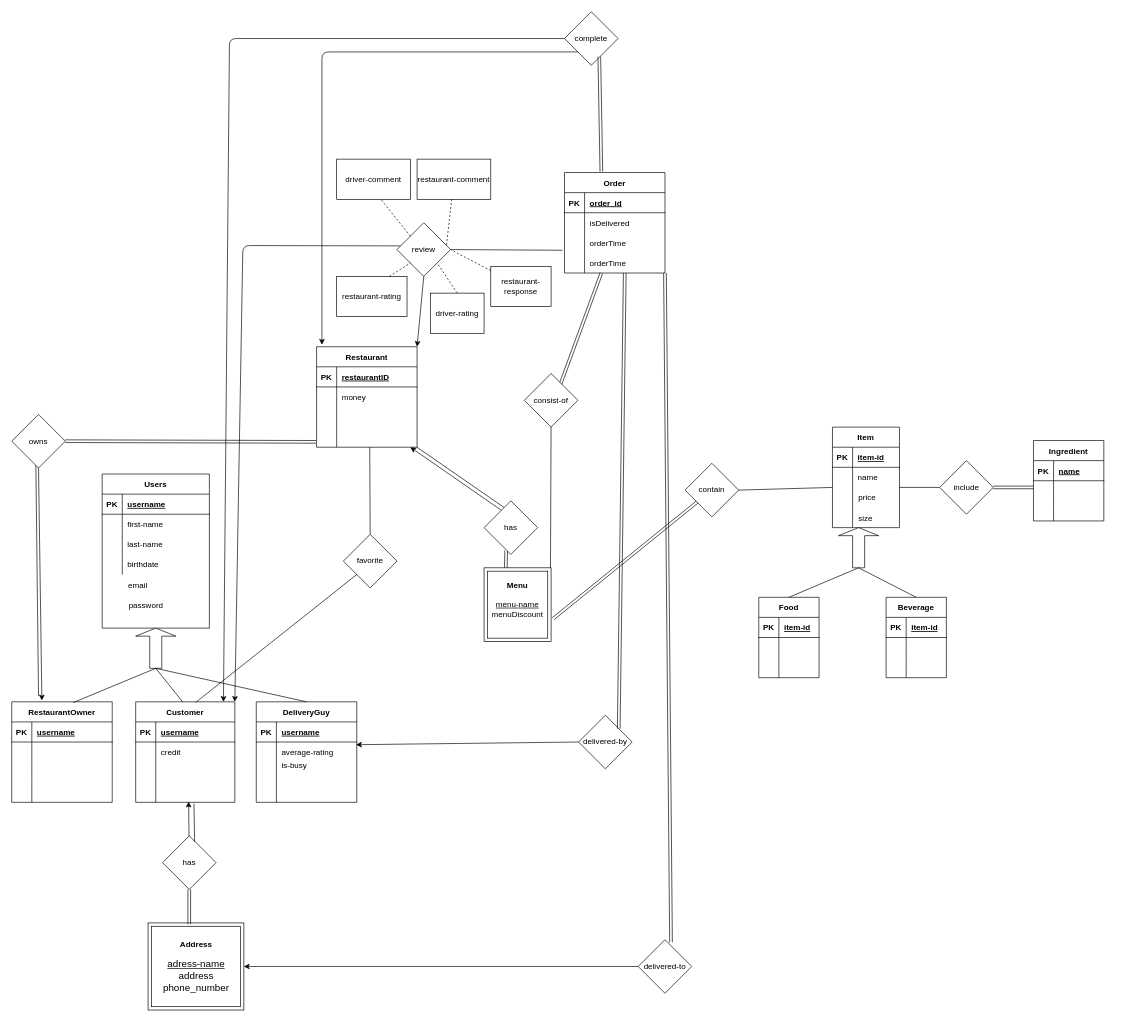
Earlier version of the draw.io diagram Proposal/foodER.drawio (Bozcomlekci/CS353-Project). Source tidied: cells renumbered, new cells numbered last; positions are measured from the earlier drawing's top-left corner, leaving out a move shared by most shapes. Both pictures are drawn from the tidied source at 67%, with x=0, y=0 at pixel (11, 11).
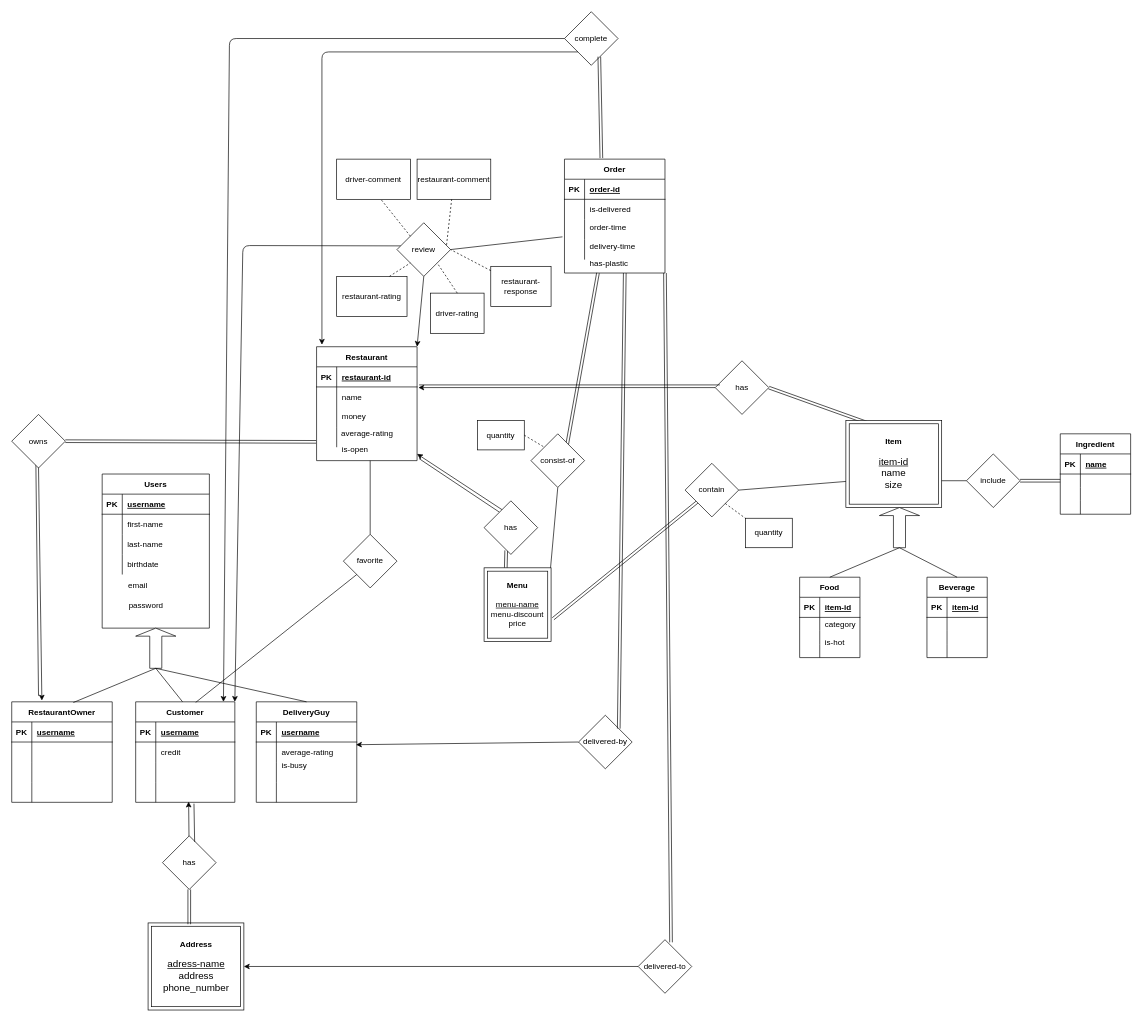
Above is the later version.

Unchanged cells that the change refers to:
```xml
<mxCell id="30" style="shape=partialRectangle;fillColor=none;top=0;left=0;bottom=1;right=0;" parent="29" vertex="1">
  <mxGeometry y="30" width="150" height="30" as="geometry" />
</mxCell>
<mxCell id="33" style="shape=partialRectangle;fillColor=none;top=0;left=0;bottom=0;right=0;points=[[0,0.5],[1,0.5]];portConstraint=eastwest;" parent="29" vertex="1">
  <mxGeometry y="60" width="150" height="30" as="geometry" />
</mxCell>
<mxCell id="39" style="shape=partialRectangle;fillColor=none;top=0;left=0;bottom=0;right=0;points=[[0,0.5],[1,0.5]];portConstraint=eastwest;" parent="29" vertex="1">
  <mxGeometry y="120" width="150" height="30" as="geometry" />
</mxCell>
<mxCell id="59" style="shape=partialRectangle;fillColor=none;top=0;left=0;bottom=0;right=0;" parent="55" vertex="1">
  <mxGeometry y="60" width="90" height="20" as="geometry" />
</mxCell>
<mxCell id="123" style="shape=partialRectangle;fillColor=none;top=0;left=0;bottom=1;right=0;" parent="122" vertex="1">
  <mxGeometry y="30" width="150" height="30" as="geometry" />
</mxCell>
<mxCell id="132" style="shape=partialRectangle;fillColor=none;top=0;left=0;bottom=0;right=0;points=[[0,0.5],[1,0.5]];portConstraint=eastwest;" parent="122" vertex="1">
  <mxGeometry y="120" width="150" height="30" as="geometry" />
</mxCell>
<mxCell id="180" value="has" style="rhombus;whiteSpace=wrap;html=1;" parent="1" vertex="1">
  <mxGeometry x="705" y="730" width="80" height="80" as="geometry" />
</mxCell>
<mxCell id="181" value="contain" style="rhombus;whiteSpace=wrap;html=1;" parent="1" vertex="1">
  <mxGeometry x="1005" y="674" width="80" height="80" as="geometry" />
</mxCell>
<mxCell id="184" value="favorite" style="rhombus;whiteSpace=wrap;html=1;" parent="1" vertex="1">
  <mxGeometry x="495" y="780" width="80" height="80" as="geometry" />
</mxCell>
```

Diff of the diagram source:
```diff
@@
     <mxCell id="29" value="Restaurant" style="shape=table;startSize=30;childLayout=tableLayout;rowLines=0;fontStyle=1;align=center;" parent="1" vertex="1">
-      <mxGeometry x="455" y="500" width="150" height="150" as="geometry" />
+      <mxGeometry x="455" y="500" width="150" height="170" as="geometry" />
     </mxCell>
@@
-    <mxCell id="32" value="restaurantID" style="shape=partialRectangle;fillColor=none;top=0;left=0;bottom=0;right=0;align=left;spacingLeft=6;fontStyle=5;overflow=hidden;" parent="30" vertex="1">
+    <mxCell id="32" value="restaurant-id" style="shape=partialRectangle;fillColor=none;top=0;left=0;bottom=0;right=0;align=left;spacingLeft=6;fontStyle=5;overflow=hidden;" parent="30" vertex="1">
       <mxGeometry x="30" width="120" height="30" as="geometry" />
     </mxCell>
@@
-    <mxCell id="35" value="money" style="shape=partialRectangle;fillColor=none;top=0;left=0;bottom=0;right=0;align=left;spacingLeft=6;overflow=hidden;" parent="33" vertex="1">
+    <mxCell id="35" value="name" style="shape=partialRectangle;fillColor=none;top=0;left=0;bottom=0;right=0;align=left;spacingLeft=6;overflow=hidden;" parent="33" vertex="1">
       <mxGeometry x="30" width="120" height="30" as="geometry" />
     </mxCell>
@@
-    <mxCell id="42" value="Item" style="shape=table;startSize=30;childLayout=tableLayout;rowLines=0;fontStyle=1;align=center;" parent="1" vertex="1">
-      <mxGeometry x="1225" y="620" width="100" height="150" as="geometry" />
-    </mxCell>
-    <mxCell id="43" style="shape=partialRectangle;fillColor=none;top=0;left=0;bottom=1;right=0;" parent="42" vertex="1">
-      <mxGeometry y="30" width="100" height="30" as="geometry" />
-    </mxCell>
-    <mxCell id="44" value="PK" style="shape=partialRectangle;fillColor=none;top=0;left=0;bottom=0;right=0;fontStyle=1;overflow=hidden;" parent="43" vertex="1">
-      <mxGeometry width="30" height="30" as="geometry" />
-    </mxCell>
-    <mxCell id="45" value="item-id" style="shape=partialRectangle;fillColor=none;top=0;left=0;bottom=0;right=0;align=left;spacingLeft=6;fontStyle=5;overflow=hidden;" parent="43" vertex="1">
-      <mxGeometry x="30" width="70" height="30" as="geometry" />
-    </mxCell>
-    <mxCell id="46" style="shape=partialRectangle;fillColor=none;top=0;left=0;bottom=0;right=0;" parent="42" vertex="1">
-      <mxGeometry y="60" width="100" height="30" as="geometry" />
-    </mxCell>
-    <mxCell id="47" style="shape=partialRectangle;fillColor=none;top=0;left=0;bottom=0;right=0;overflow=hidden;" parent="46" vertex="1">
-      <mxGeometry width="30" height="30" as="geometry" />
-    </mxCell>
-    <mxCell id="48" value="name" style="shape=partialRectangle;fillColor=none;top=0;left=0;bottom=0;right=0;align=left;spacingLeft=6;overflow=hidden;" parent="46" vertex="1">
-      <mxGeometry x="30" width="70" height="30" as="geometry" />
-    </mxCell>
-    <mxCell id="49" style="shape=partialRectangle;fillColor=none;top=0;left=0;bottom=0;right=0;points=[[0,0.5],[1,0.5]];portConstraint=eastwest;" parent="42" vertex="1">
-      <mxGeometry y="90" width="100" height="30" as="geometry" />
-    </mxCell>
-    <mxCell id="50" style="shape=partialRectangle;fillColor=none;top=0;left=0;bottom=0;right=0;overflow=hidden;" parent="49" vertex="1">
-      <mxGeometry width="30" height="30" as="geometry" />
-    </mxCell>
-    <mxCell id="51" style="shape=partialRectangle;fillColor=none;top=0;left=0;bottom=0;right=0;align=left;spacingLeft=6;overflow=hidden;" parent="49" vertex="1">
-      <mxGeometry x="30" width="70" height="30" as="geometry" />
-    </mxCell>
-    <mxCell id="52" style="shape=partialRectangle;fillColor=none;top=0;left=0;bottom=0;right=0;" parent="42" vertex="1">
-      <mxGeometry y="120" width="100" height="30" as="geometry" />
-    </mxCell>
-    <mxCell id="53" style="shape=partialRectangle;fillColor=none;top=0;left=0;bottom=0;right=0;overflow=hidden;" parent="52" vertex="1">
-      <mxGeometry width="30" height="30" as="geometry" />
-    </mxCell>
-    <mxCell id="54" style="shape=partialRectangle;fillColor=none;top=0;left=0;bottom=0;right=0;align=left;spacingLeft=6;overflow=hidden;" parent="52" vertex="1">
-      <mxGeometry x="30" width="70" height="30" as="geometry" />
-    </mxCell>
     <mxCell id="55" value="Food" style="shape=table;startSize=30;childLayout=tableLayout;rowLines=0;fontStyle=1;align=center;" parent="1" vertex="1">
-      <mxGeometry x="1115" y="874" width="90" height="120" as="geometry" />
+      <mxGeometry x="1176" y="844" width="90" height="120" as="geometry" />
     </mxCell>
@@
-    <mxCell id="61" style="shape=partialRectangle;fillColor=none;top=0;left=0;bottom=0;right=0;align=left;spacingLeft=6;overflow=hidden;" parent="59" vertex="1">
+    <mxCell id="61" value="category" style="shape=partialRectangle;fillColor=none;top=0;left=0;bottom=0;right=0;align=left;spacingLeft=6;overflow=hidden;" parent="59" vertex="1">
       <mxGeometry x="30" width="60" height="20" as="geometry" />
     </mxCell>
@@
     <mxCell id="68" value="Beverage" style="shape=table;startSize=30;childLayout=tableLayout;rowLines=0;fontStyle=1;align=center;" parent="1" vertex="1">
-      <mxGeometry x="1305" y="874" width="90" height="120" as="geometry" />
+      <mxGeometry x="1366" y="844" width="90" height="120" as="geometry" />
     </mxCell>
@@
-    <mxCell id="81" value="price" style="shape=partialRectangle;fillColor=none;top=0;left=0;bottom=0;right=0;align=left;spacingLeft=6;overflow=hidden;" parent="1" vertex="1">
-      <mxGeometry x="1256" y="710" width="180" height="30" as="geometry" />
-    </mxCell>
@@
-    <mxCell id="117" style="endArrow=none;html=1;entryX=0.5;entryY=0;entryDx=0;entryDy=0;exitX=1;exitY=1;exitDx=0;exitDy=0;" parent="1" edge="1" source="29">
+    <mxCell id="117" style="endArrow=none;html=1;entryX=0;entryY=0;entryDx=0;entryDy=0;exitX=1;exitY=1;exitDx=0;exitDy=0;" parent="1" edge="1">
       <mxGeometry relative="1" as="geometry">
-        <mxPoint x="735" y="740" as="targetPoint" />
+        <mxPoint x="608" y="667" as="sourcePoint" />
+        <mxPoint x="728" y="747" as="targetPoint" />
       </mxGeometry>
     </mxCell>
-    <mxCell id="118" style="endArrow=classic;html=1;exitX=0.338;exitY=0.188;exitDx=0;exitDy=0;exitPerimeter=0;" parent="1" edge="1" source="180">
+    <mxCell id="118" style="endArrow=classic;html=1;exitX=0.338;exitY=0.188;exitDx=0;exitDy=0;exitPerimeter=0;" parent="1" edge="1">
       <mxGeometry relative="1" as="geometry">
-        <mxPoint x="595" y="650" as="targetPoint" />
+        <mxPoint x="733" y="744" as="sourcePoint" />
+        <mxPoint x="605" y="660" as="targetPoint" />
       </mxGeometry>
     </mxCell>
     <mxCell id="119" style="shape=singleArrow;direction=north;whiteSpace=wrap;html=1;" parent="1" vertex="1">
-      <mxGeometry x="1234" y="770" width="60" height="60" as="geometry" />
+      <mxGeometry x="1295" y="740" width="60" height="60" as="geometry" />
     </mxCell>
     <mxCell id="120" style="endArrow=none;html=1;exitX=0.5;exitY=0;exitDx=0;exitDy=0;" parent="1" edge="1" source="55">
       <mxGeometry relative="1" as="geometry">
-        <mxPoint x="1264" y="830" as="targetPoint" />
+        <mxPoint x="1325" y="800" as="targetPoint" />
       </mxGeometry>
     </mxCell>
@@
     <mxCell id="122" value="Order" style="shape=table;startSize=30;childLayout=tableLayout;rowLines=0;fontStyle=1;align=center;" parent="1" vertex="1">
-      <mxGeometry x="825" y="240" width="150" height="150" as="geometry" />
+      <mxGeometry x="825" y="220" width="150" height="170" as="geometry" />
     </mxCell>
@@
-    <mxCell id="125" value="order_id" style="shape=partialRectangle;fillColor=none;top=0;left=0;bottom=0;right=0;align=left;spacingLeft=6;fontStyle=5;overflow=hidden;" parent="123" vertex="1">
+    <mxCell id="125" value="order-id" style="shape=partialRectangle;fillColor=none;top=0;left=0;bottom=0;right=0;align=left;spacingLeft=6;fontStyle=5;overflow=hidden;" parent="123" vertex="1">
       <mxGeometry x="30" width="120" height="30" as="geometry" />
     </mxCell>
@@
-    <mxCell id="135" value="size" style="shape=partialRectangle;fillColor=none;top=0;left=0;bottom=0;right=0;align=left;spacingLeft=6;overflow=hidden;" parent="1" vertex="1">
-      <mxGeometry x="1256" y="740" width="180" height="30" as="geometry" />
-    </mxCell>
@@
-    <mxCell id="138" value="isDelivered" style="shape=partialRectangle;fillColor=none;top=0;left=0;bottom=0;right=0;align=left;spacingLeft=6;overflow=hidden;" parent="1" vertex="1">
-      <mxGeometry x="855" y="300" width="90" height="30" as="geometry" />
+    <mxCell id="138" value="is-delivered" style="shape=partialRectangle;fillColor=none;top=0;left=0;bottom=0;right=0;align=left;spacingLeft=6;overflow=hidden;" parent="1" vertex="1">
+      <mxGeometry x="855" y="280" width="90" height="30" as="geometry" />
     </mxCell>
@@
-    <mxCell id="141" style="shape=link;html=1;exitX=0.367;exitY=1;exitDx=0;exitDy=0;entryX=0.675;entryY=0.2;entryDx=0;entryDy=0;entryPerimeter=0;exitPerimeter=0;" parent="1" edge="1" source="132" target="179">
-      <mxGeometry relative="1" as="geometry" />
+    <mxCell id="141" style="shape=link;html=1;entryX=0.675;entryY=0.2;entryDx=0;entryDy=0;entryPerimeter=0;" parent="1" edge="1" target="179">
+      <mxGeometry relative="1" as="geometry">
+        <mxPoint x="875" y="390" as="sourcePoint" />
+      </mxGeometry>
     </mxCell>
@@
     <mxCell id="159" style="endArrow=none;html=1;entryX=0;entryY=0.5;entryDx=0;entryDy=0;" parent="1" edge="1" target="177">
       <mxGeometry relative="1" as="geometry">
-        <mxPoint x="1325" y="710" as="sourcePoint" />
+        <mxPoint x="1387" y="700" as="sourcePoint" />
       </mxGeometry>
     </mxCell>
@@
-    <mxCell id="163" style="endArrow=none;html=1;entryX=0;entryY=0;entryDx=0;entryDy=0;entryPerimeter=0;exitX=1;exitY=0.5;exitDx=0;exitDy=0;" parent="1" edge="1" source="181" target="49">
+    <mxCell id="163" style="endArrow=none;html=1;entryX=0.007;entryY=0.7;entryDx=0;entryDy=0;entryPerimeter=0;exitX=1;exitY=0.5;exitDx=0;exitDy=0;" parent="1" edge="1" source="181" target="207">
       <mxGeometry relative="1" as="geometry" />
     </mxCell>
     <mxCell id="164" value="Ingredient" style="shape=table;startSize=30;childLayout=tableLayout;rowLines=0;fontStyle=1;align=center;" parent="1" vertex="1">
-      <mxGeometry x="1525" y="640" width="105" height="120" as="geometry" />
+      <mxGeometry x="1565" y="630" width="105" height="120" as="geometry" />
     </mxCell>
@@
     <mxCell id="177" value="include" style="rhombus;whiteSpace=wrap;html=1;" parent="1" vertex="1">
-      <mxGeometry x="1385" y="670" width="80" height="80" as="geometry" />
+      <mxGeometry x="1425" y="660" width="80" height="80" as="geometry" />
     </mxCell>
     <mxCell id="178" style="shape=link;html=1;exitX=1;exitY=0.5;exitDx=0;exitDy=0;" parent="1" edge="1" source="177">
       <mxGeometry relative="1" as="geometry">
-        <mxPoint x="1525" y="710" as="targetPoint" />
+        <mxPoint x="1565" y="700" as="targetPoint" />
       </mxGeometry>
     </mxCell>
     <mxCell id="179" value="consist-of" style="rhombus;whiteSpace=wrap;html=1;" parent="1" vertex="1">
-      <mxGeometry x="765" y="540" width="80" height="80" as="geometry" />
+      <mxGeometry x="775" y="630" width="80" height="80" as="geometry" />
     </mxCell>
@@
-    <mxCell id="183" value="&lt;b&gt;Menu&lt;br&gt;&lt;/b&gt;&lt;br&gt;&lt;u&gt;menu-name&lt;br&gt;&lt;/u&gt;menuDiscount&lt;br&gt;&lt;br&gt;" style="shape=ext;margin=3;double=1;whiteSpace=wrap;html=1;align=center;" parent="1" vertex="1">
+    <mxCell id="183" value="&lt;b&gt;Menu&lt;br&gt;&lt;/b&gt;&lt;br&gt;&lt;u&gt;menu-name&lt;br&gt;&lt;/u&gt;menu-discount&lt;br&gt;price" style="shape=ext;margin=3;double=1;whiteSpace=wrap;html=1;align=center;" parent="1" vertex="1">
       <mxGeometry x="705" y="830" width="100" height="110" as="geometry" />
     </mxCell>
@@
-    <mxCell id="186" style="endArrow=none;html=1;entryX=0.5;entryY=0;entryDx=0;entryDy=0;exitX=0.529;exitY=1;exitDx=0;exitDy=0;exitPerimeter=0;" parent="1" edge="1" source="39" target="184">
-      <mxGeometry relative="1" as="geometry" />
+    <mxCell id="186" style="endArrow=none;html=1;entryX=0.5;entryY=0;entryDx=0;entryDy=0;" parent="1" edge="1" target="184">
+      <mxGeometry relative="1" as="geometry">
+        <mxPoint x="535" y="670" as="sourcePoint" />
+      </mxGeometry>
     </mxCell>
@@
-    <mxCell id="201" value="orderTime" style="shape=partialRectangle;fillColor=none;top=0;left=0;bottom=0;right=0;align=left;spacingLeft=6;overflow=hidden;" parent="1" vertex="1">
-      <mxGeometry x="855" y="330" width="90" height="30" as="geometry" />
+    <mxCell id="201" value="order-time" style="shape=partialRectangle;fillColor=none;top=0;left=0;bottom=0;right=0;align=left;spacingLeft=6;overflow=hidden;" parent="1" vertex="1">
+      <mxGeometry x="855" y="307" width="90" height="30" as="geometry" />
     </mxCell>
-    <mxCell id="202" value="orderTime" style="shape=partialRectangle;fillColor=none;top=0;left=0;bottom=0;right=0;align=left;spacingLeft=6;overflow=hidden;" parent="1" vertex="1">
-      <mxGeometry x="855" y="360" width="90" height="30" as="geometry" />
+    <mxCell id="202" value="delivery-time" style="shape=partialRectangle;fillColor=none;top=0;left=0;bottom=0;right=0;align=left;spacingLeft=6;overflow=hidden;" parent="1" vertex="1">
+      <mxGeometry x="855" y="335" width="90" height="30" as="geometry" />
     </mxCell>
+    <mxCell id="203" value="has" style="rhombus;whiteSpace=wrap;html=1;" parent="1" vertex="1">
+      <mxGeometry x="1050" y="521" width="80" height="80" as="geometry" />
+    </mxCell>
+    <mxCell id="204" style="endArrow=classic;html=1;entryX=1.013;entryY=0.033;entryDx=0;entryDy=0;entryPerimeter=0;" parent="1" edge="1" source="203" target="33">
+      <mxGeometry relative="1" as="geometry" />
+    </mxCell>
+    <mxCell id="205" style="shape=link;html=1;exitX=1;exitY=0.5;exitDx=0;exitDy=0;entryX=0.35;entryY=0.077;entryDx=0;entryDy=0;entryPerimeter=0;" parent="1" edge="1" source="203" target="207">
+      <mxGeometry relative="1" as="geometry" />
+    </mxCell>
+    <mxCell id="206" style="endArrow=none;html=1;exitX=0.088;exitY=0.438;exitDx=0;exitDy=0;exitPerimeter=0;entryX=1.02;entryY=-0.133;entryDx=0;entryDy=0;entryPerimeter=0;" parent="1" edge="1">
+      <mxGeometry relative="1" as="geometry">
+        <mxPoint x="1057" y="557" as="sourcePoint" />
+        <mxPoint x="608" y="557" as="targetPoint" />
+      </mxGeometry>
+    </mxCell>
+    <mxCell id="207" value="&lt;b&gt;Item&lt;br&gt;&lt;/b&gt;&lt;br&gt;&lt;span id=&quot;docs-internal-guid-6ab9acc8-7fff-694a-e742-861bd25594da&quot;&gt;&lt;span style=&quot;font-size: 11pt ; font-family: &amp;#34;arial&amp;#34; ; background-color: transparent ; vertical-align: baseline&quot;&gt;&lt;u&gt;item-id&lt;br&gt;&lt;/u&gt;name&lt;br&gt;size&lt;/span&gt;&lt;/span&gt;" style="shape=ext;margin=3;double=1;whiteSpace=wrap;html=1;align=center;" parent="1" vertex="1">
+      <mxGeometry x="1245" y="610" width="143" height="130" as="geometry" />
+    </mxCell>
+    <mxCell id="208" style="shape=partialRectangle;fillColor=none;top=0;left=0;bottom=0;right=0;" parent="1" vertex="1">
+      <mxGeometry x="455" y="588" width="150" height="30" as="geometry" />
+    </mxCell>
+    <mxCell id="209" style="shape=partialRectangle;fillColor=none;top=0;left=0;bottom=0;right=0;overflow=hidden;" parent="208" vertex="1">
+      <mxGeometry width="30" height="30" as="geometry" />
+    </mxCell>
+    <mxCell id="210" value="money" style="shape=partialRectangle;fillColor=none;top=0;left=0;bottom=0;right=0;align=left;spacingLeft=6;overflow=hidden;" parent="208" vertex="1">
+      <mxGeometry x="30" width="120" height="30" as="geometry" />
+    </mxCell>
+    <mxCell id="211" style="shape=partialRectangle;fillColor=none;top=0;left=0;bottom=0;right=0;" parent="1" vertex="1">
+      <mxGeometry x="455" y="608" width="150" height="30" as="geometry" />
+    </mxCell>
+    <mxCell id="212" style="shape=partialRectangle;fillColor=none;top=0;left=0;bottom=0;right=0;overflow=hidden;" parent="211" vertex="1">
+      <mxGeometry width="30" height="30" as="geometry" />
+    </mxCell>
+    <mxCell id="213" value="average-rating" style="shape=partialRectangle;fillColor=none;top=0;left=0;bottom=0;right=0;align=left;spacingLeft=6;overflow=hidden;" parent="211" vertex="1">
+      <mxGeometry x="29" y="6" width="120" height="30" as="geometry" />
+    </mxCell>
+    <mxCell id="214" value="is-hot" style="shape=partialRectangle;fillColor=none;top=0;left=0;bottom=0;right=0;align=left;spacingLeft=6;overflow=hidden;" parent="1" vertex="1">
+      <mxGeometry x="1206" y="930" width="60" height="20" as="geometry" />
+    </mxCell>
+    <mxCell id="215" value="has-plastic" style="shape=partialRectangle;fillColor=none;top=0;left=0;bottom=0;right=0;align=left;spacingLeft=6;overflow=hidden;" parent="1" vertex="1">
+      <mxGeometry x="855" y="360" width="90" height="30" as="geometry" />
+    </mxCell>
+    <mxCell id="216" style="shape=partialRectangle;fillColor=none;top=0;left=0;bottom=0;right=0;" parent="1" vertex="1">
+      <mxGeometry x="456" y="632" width="150" height="30" as="geometry" />
+    </mxCell>
+    <mxCell id="217" style="shape=partialRectangle;fillColor=none;top=0;left=0;bottom=0;right=0;overflow=hidden;" parent="216" vertex="1">
+      <mxGeometry width="30" height="30" as="geometry" />
+    </mxCell>
+    <mxCell id="218" value="is-open" style="shape=partialRectangle;fillColor=none;top=0;left=0;bottom=0;right=0;align=left;spacingLeft=6;overflow=hidden;" parent="216" vertex="1">
+      <mxGeometry x="29" y="6" width="120" height="30" as="geometry" />
+    </mxCell>
+    <mxCell id="219" value="quantity" style="rounded=0;whiteSpace=wrap;html=1;" parent="1" vertex="1">
+      <mxGeometry x="1095" y="756" width="70" height="44" as="geometry" />
+    </mxCell>
+    <mxCell id="220" style="endArrow=none;dashed=1;html=1;exitX=1;exitY=1;exitDx=0;exitDy=0;entryX=0;entryY=0;entryDx=0;entryDy=0;" parent="1" edge="1" source="181" target="219">
+      <mxGeometry relative="1" as="geometry" />
+    </mxCell>
+    <mxCell id="221" value="quantity" style="rounded=0;whiteSpace=wrap;html=1;" parent="1" vertex="1">
+      <mxGeometry x="695" y="610" width="70" height="44" as="geometry" />
+    </mxCell>
+    <mxCell id="222" style="endArrow=none;dashed=1;html=1;exitX=1;exitY=0.5;exitDx=0;exitDy=0;entryX=0;entryY=0;entryDx=0;entryDy=0;" parent="1" edge="1" source="221" target="179">
+      <mxGeometry relative="1" as="geometry" />
+    </mxCell>
```
